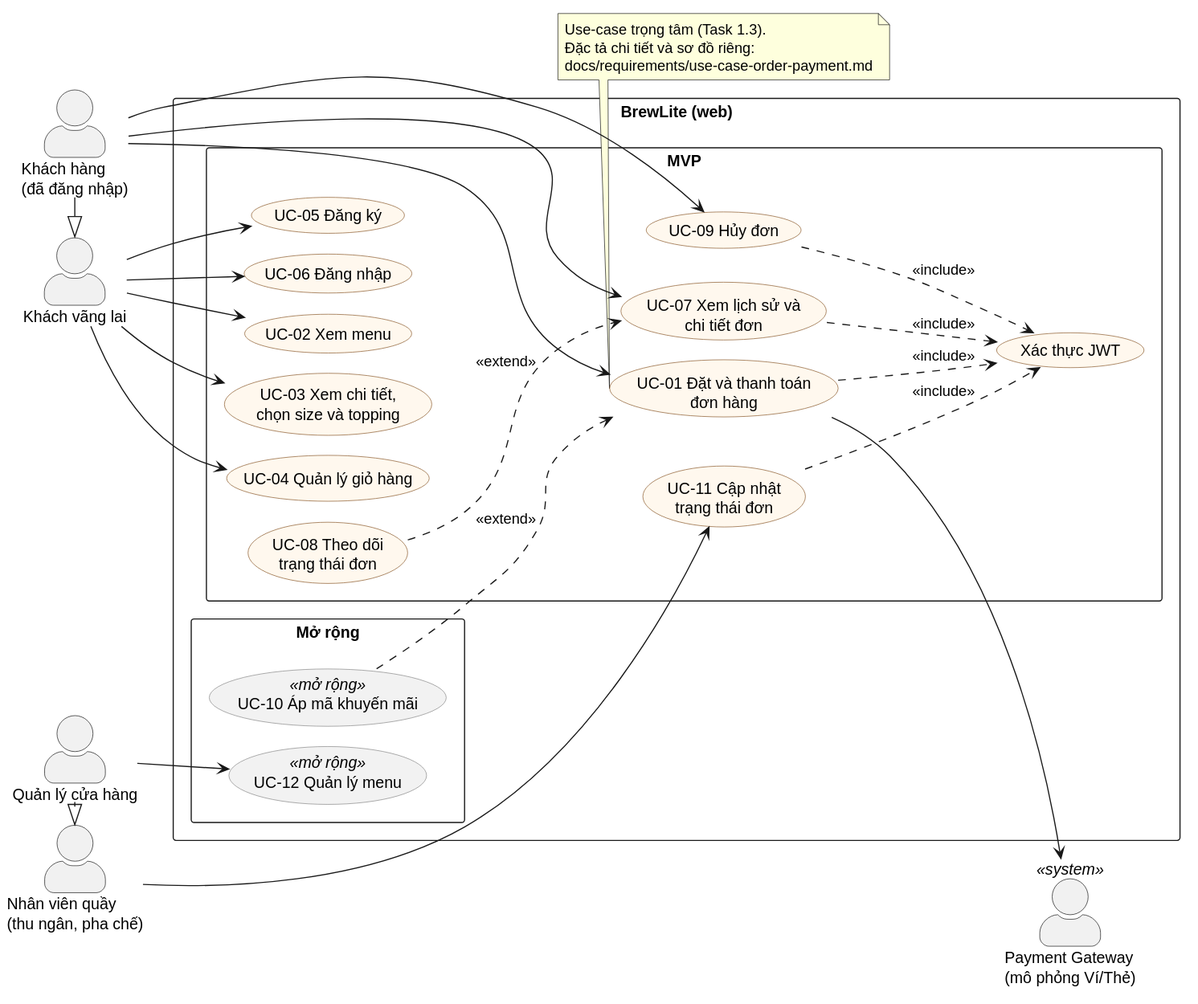
The PlantUML diagram docs/diagrams/usecase-overview.svg in NguyenphamThaitu/FE_brewlite_hk1, before a commit. Source of this version:
```plantuml
@startuml
!pragma layout smetana
left to right direction
skinparam packageStyle rectangle
skinparam actorStyle awesome
skinparam shadowing false
skinparam usecase {
  BackgroundColor #FFF8EE
  BorderColor #8A5A2B
  BackgroundColor<<mở rộng>> #F2F2F2
  BorderColor<<mở rộng>> #888888
}

actor "Khách vãng lai" as Guest
actor "Khách hàng\n(đã đăng nhập)" as Customer
actor "Nhân viên quầy\n(thu ngân, pha chế)" as Staff
actor "Quản lý cửa hàng" as Manager
actor "Payment Gateway\n(mô phỏng Ví/Thẻ)" as Pay <<system>>

Customer -|> Guest
Manager -|> Staff

rectangle "BrewLite (web)" {
  package "MVP" {
    usecase "UC-02 Xem menu" as UC02
    usecase "UC-03 Xem chi tiết,\nchọn size và topping" as UC03
    usecase "UC-04 Quản lý giỏ hàng" as UC04
    usecase "UC-05 Đăng ký" as UC05
    usecase "UC-06 Đăng nhập" as UC06
    usecase "UC-01 Đặt và thanh toán\nđơn hàng" as UC01
    usecase "Xác thực JWT" as AUTH
    usecase "UC-07 Xem lịch sử và\nchi tiết đơn" as UC07
    usecase "UC-08 Theo dõi\ntrạng thái đơn" as UC08
    usecase "UC-09 Hủy đơn" as UC09
    usecase "UC-11 Cập nhật\ntrạng thái đơn" as UC11
  }
  package "Mở rộng" {
    usecase "UC-10 Áp mã khuyến mãi" as UC10 <<mở rộng>>
    usecase "UC-12 Quản lý menu" as UC12 <<mở rộng>>
  }
}

Guest --> UC02
Guest --> UC03
Guest --> UC04
Guest --> UC05
Guest --> UC06

Customer --> UC01
Customer --> UC07
Customer --> UC09

UC01 --> Pay

UC01 ..> AUTH : <<include>>
UC07 ..> AUTH : <<include>>
UC09 ..> AUTH : <<include>>
UC11 ..> AUTH : <<include>>
UC08 ..> UC07 : <<extend>>
UC10 ..> UC01 : <<extend>>

Staff --> UC11
Manager --> UC12

note bottom of UC01
  Use-case trọng tâm (Task 1.3).
  Đặc tả chi tiết và sơ đồ riêng:
  docs/requirements/use-case-order-payment.md
end note
@enduml
```
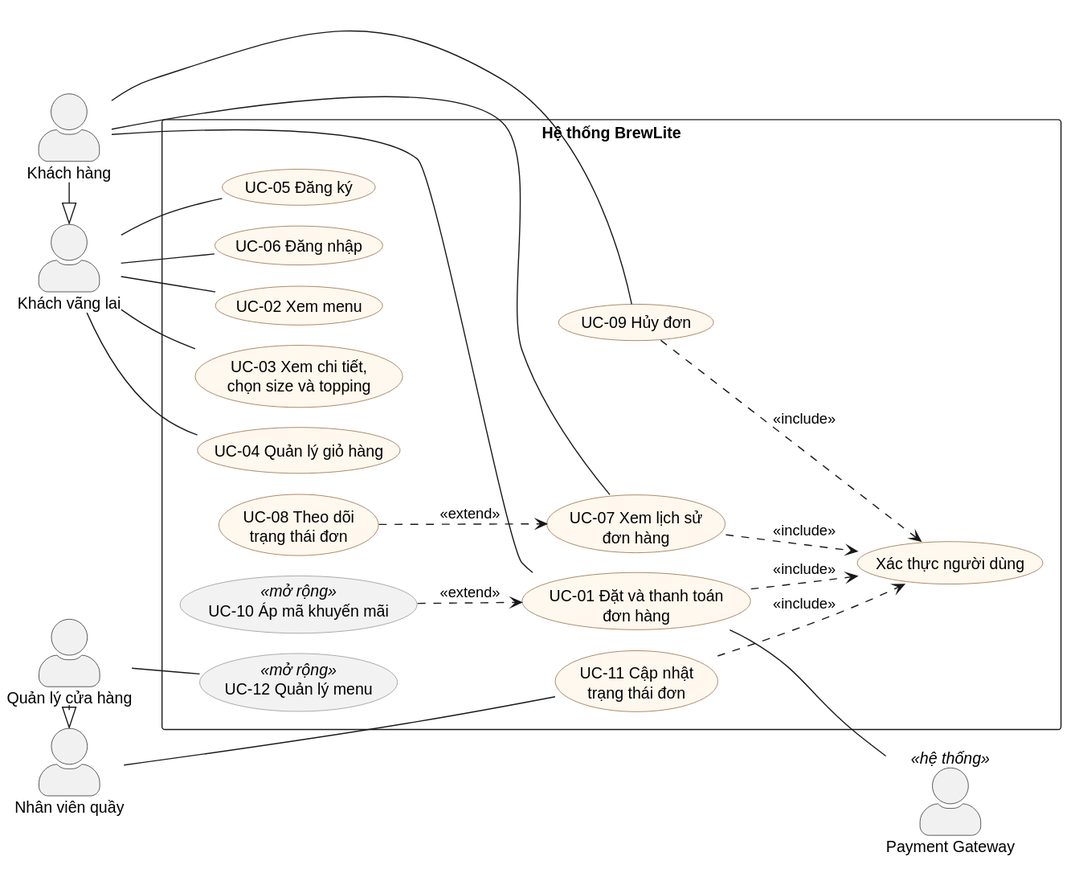
After the commit.

Commit message:
docs(task-1): standard UML use-case diagram as PNG and map FR codes to the merged SRS

The edit, as a diff of the source:
```diff
@@ -12,45 +12,44 @@
 }
 
 actor "Khách vãng lai" as Guest
-actor "Khách hàng\n(đã đăng nhập)" as Customer
-actor "Nhân viên quầy\n(thu ngân, pha chế)" as Staff
+actor "Khách hàng" as Customer
+actor "Nhân viên quầy" as Staff
 actor "Quản lý cửa hàng" as Manager
-actor "Payment Gateway\n(mô phỏng Ví/Thẻ)" as Pay <<system>>
+actor "Payment Gateway" as Pay <<hệ thống>>
 
 Customer -|> Guest
 Manager -|> Staff
 
-rectangle "BrewLite (web)" {
-  package "MVP" {
-    usecase "UC-02 Xem menu" as UC02
-    usecase "UC-03 Xem chi tiết,\nchọn size và topping" as UC03
-    usecase "UC-04 Quản lý giỏ hàng" as UC04
-    usecase "UC-05 Đăng ký" as UC05
-    usecase "UC-06 Đăng nhập" as UC06
-    usecase "UC-01 Đặt và thanh toán\nđơn hàng" as UC01
-    usecase "Xác thực JWT" as AUTH
-    usecase "UC-07 Xem lịch sử và\nchi tiết đơn" as UC07
-    usecase "UC-08 Theo dõi\ntrạng thái đơn" as UC08
-    usecase "UC-09 Hủy đơn" as UC09
-    usecase "UC-11 Cập nhật\ntrạng thái đơn" as UC11
-  }
-  package "Mở rộng" {
-    usecase "UC-10 Áp mã khuyến mãi" as UC10 <<mở rộng>>
-    usecase "UC-12 Quản lý menu" as UC12 <<mở rộng>>
-  }
+rectangle "Hệ thống BrewLite" {
+  usecase "UC-02 Xem menu" as UC02
+  usecase "UC-03 Xem chi tiết,\nchọn size và topping" as UC03
+  usecase "UC-04 Quản lý giỏ hàng" as UC04
+  usecase "UC-05 Đăng ký" as UC05
+  usecase "UC-06 Đăng nhập" as UC06
+  usecase "UC-01 Đặt và thanh toán\nđơn hàng" as UC01
+  usecase "UC-07 Xem lịch sử\nđơn hàng" as UC07
+  usecase "UC-08 Theo dõi\ntrạng thái đơn" as UC08
+  usecase "UC-09 Hủy đơn" as UC09
+  usecase "UC-11 Cập nhật\ntrạng thái đơn" as UC11
+  usecase "Xác thực người dùng" as AUTH
+  usecase "UC-10 Áp mã khuyến mãi" as UC10 <<mở rộng>>
+  usecase "UC-12 Quản lý menu" as UC12 <<mở rộng>>
 }
 
-Guest --> UC02
-Guest --> UC03
-Guest --> UC04
-Guest --> UC05
-Guest --> UC06
+Guest -- UC02
+Guest -- UC03
+Guest -- UC04
+Guest -- UC05
+Guest -- UC06
 
-Customer --> UC01
-Customer --> UC07
-Customer --> UC09
+Customer -- UC01
+Customer -- UC07
+Customer -- UC09
 
-UC01 --> Pay
+Staff -- UC11
+Manager -- UC12
+
+UC01 -- Pay
 
 UC01 ..> AUTH : <<include>>
 UC07 ..> AUTH : <<include>>
@@ -58,13 +57,4 @@
 UC11 ..> AUTH : <<include>>
 UC08 ..> UC07 : <<extend>>
 UC10 ..> UC01 : <<extend>>
-
-Staff --> UC11
-Manager --> UC12
-
-note bottom of UC01
-  Use-case trọng tâm (Task 1.3).
-  Đặc tả chi tiết và sơ đồ riêng:
-  docs/requirements/use-case-order-payment.md
-end note
 @enduml
```
